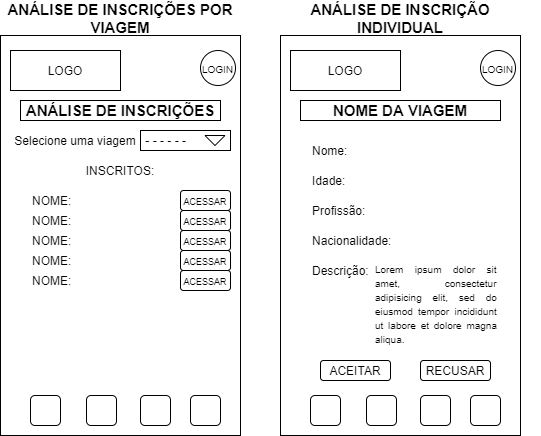
Earlier version of the draw.io export semana10/LabeX/analise-de-inscricoes.png (future4code/Carolina-Muniz). Source tidied: cells renumbered, new cells last; positions are measured from the earlier drawing's top-left corner, leaving out a move shared by most shapes. Source of this version:
```xml
<mxGraphModel>
  <root>
    <mxCell id="0" />
    <mxCell id="1" parent="0" />
    <mxCell id="2" style="rounded=0;whiteSpace=wrap;html=1;align=left;" parent="1" vertex="1">
      <mxGeometry y="27" width="240" height="400" as="geometry" />
    </mxCell>
    <mxCell id="3" value="LOGO" style="rounded=0;whiteSpace=wrap;html=1;align=center;" parent="1" vertex="1">
      <mxGeometry x="10" y="42" width="110" height="40" as="geometry" />
    </mxCell>
    <mxCell id="4" value="&lt;font style=&quot;font-size: 10px&quot;&gt;LOGIN&lt;/font&gt;" style="ellipse;whiteSpace=wrap;html=1;align=center;" parent="1" vertex="1">
      <mxGeometry x="200" y="42" width="35" height="35" as="geometry" />
    </mxCell>
    <mxCell id="5" style="rounded=1;whiteSpace=wrap;html=1;align=left;" parent="1" vertex="1">
      <mxGeometry x="30" y="387" width="30" height="30" as="geometry" />
    </mxCell>
    <mxCell id="6" style="rounded=1;whiteSpace=wrap;html=1;align=left;" parent="1" vertex="1">
      <mxGeometry x="86" y="387" width="30" height="30" as="geometry" />
    </mxCell>
    <mxCell id="7" style="rounded=1;whiteSpace=wrap;html=1;align=left;" parent="1" vertex="1">
      <mxGeometry x="140" y="387" width="30" height="30" as="geometry" />
    </mxCell>
    <mxCell id="8" style="rounded=1;whiteSpace=wrap;html=1;align=left;" parent="1" vertex="1">
      <mxGeometry x="190" y="387" width="30" height="30" as="geometry" />
    </mxCell>
    <mxCell id="9" value="&lt;b style=&quot;font-size: 15px&quot;&gt;ANÁLISE DE INSCRIÇÕES&lt;/b&gt;" style="rounded=0;whiteSpace=wrap;html=1;" parent="1" vertex="1">
      <mxGeometry x="20" y="92" width="200" height="20" as="geometry" />
    </mxCell>
    <mxCell id="10" value="&lt;span style=&quot;font-size: 15px&quot;&gt;&lt;b&gt;ANÁLISE DE INSCRIÇÕES POR VIAGEM&lt;/b&gt;&lt;/span&gt;" style="text;html=1;strokeColor=none;fillColor=none;align=center;verticalAlign=middle;whiteSpace=wrap;rounded=0;" parent="1" vertex="1">
      <mxGeometry width="240" height="20" as="geometry" />
    </mxCell>
    <mxCell id="11" value="Selecione uma viagem" style="text;html=1;strokeColor=none;fillColor=none;align=center;verticalAlign=middle;whiteSpace=wrap;rounded=0;" parent="1" vertex="1">
      <mxGeometry x="10" y="122" width="130" height="20" as="geometry" />
    </mxCell>
    <mxCell id="12" value="&amp;nbsp;- - - - - -&amp;nbsp;" style="rounded=0;whiteSpace=wrap;html=1;align=left;" parent="1" vertex="1">
      <mxGeometry x="140" y="122" width="90" height="20" as="geometry" />
    </mxCell>
    <mxCell id="13" value="INSCRITOS:" style="text;html=1;strokeColor=none;fillColor=none;align=center;verticalAlign=middle;whiteSpace=wrap;rounded=0;" parent="1" vertex="1">
      <mxGeometry x="10" y="152" width="220" height="20" as="geometry" />
    </mxCell>
    <mxCell id="14" value="NOME:&amp;nbsp;" style="text;html=1;strokeColor=none;fillColor=none;align=left;verticalAlign=middle;whiteSpace=wrap;rounded=0;" parent="1" vertex="1">
      <mxGeometry x="30" y="182" width="150" height="20" as="geometry" />
    </mxCell>
    <mxCell id="15" value="NOME:&amp;nbsp;" style="text;html=1;strokeColor=none;fillColor=none;align=left;verticalAlign=middle;whiteSpace=wrap;rounded=0;" parent="1" vertex="1">
      <mxGeometry x="30" y="202" width="150" height="20" as="geometry" />
    </mxCell>
    <mxCell id="16" value="NOME:&amp;nbsp;" style="text;html=1;strokeColor=none;fillColor=none;align=left;verticalAlign=middle;whiteSpace=wrap;rounded=0;" parent="1" vertex="1">
      <mxGeometry x="30" y="222" width="150" height="20" as="geometry" />
    </mxCell>
    <mxCell id="17" value="NOME:&amp;nbsp;" style="text;html=1;strokeColor=none;fillColor=none;align=left;verticalAlign=middle;whiteSpace=wrap;rounded=0;" parent="1" vertex="1">
      <mxGeometry x="30" y="242" width="150" height="20" as="geometry" />
    </mxCell>
    <mxCell id="18" value="NOME:&amp;nbsp;" style="text;html=1;strokeColor=none;fillColor=none;align=left;verticalAlign=middle;whiteSpace=wrap;rounded=0;" parent="1" vertex="1">
      <mxGeometry x="30" y="262" width="150" height="20" as="geometry" />
    </mxCell>
    <mxCell id="19" value="&lt;font style=&quot;font-size: 9px&quot;&gt;ACESSAR&lt;/font&gt;" style="rounded=1;whiteSpace=wrap;html=1;" parent="1" vertex="1">
      <mxGeometry x="180" y="182" width="50" height="20" as="geometry" />
    </mxCell>
    <mxCell id="20" value="&lt;font style=&quot;font-size: 9px&quot;&gt;ACESSAR&lt;/font&gt;" style="rounded=1;whiteSpace=wrap;html=1;" parent="1" vertex="1">
      <mxGeometry x="180" y="202" width="50" height="20" as="geometry" />
    </mxCell>
    <mxCell id="21" value="&lt;font style=&quot;font-size: 9px&quot;&gt;ACESSAR&lt;/font&gt;" style="rounded=1;whiteSpace=wrap;html=1;" parent="1" vertex="1">
      <mxGeometry x="180" y="222" width="50" height="20" as="geometry" />
    </mxCell>
    <mxCell id="22" value="&lt;font style=&quot;font-size: 9px&quot;&gt;ACESSAR&lt;/font&gt;" style="rounded=1;whiteSpace=wrap;html=1;" parent="1" vertex="1">
      <mxGeometry x="180" y="242" width="50" height="20" as="geometry" />
    </mxCell>
    <mxCell id="23" value="&lt;font style=&quot;font-size: 9px&quot;&gt;ACESSAR&lt;/font&gt;" style="rounded=1;whiteSpace=wrap;html=1;" parent="1" vertex="1">
      <mxGeometry x="180" y="262" width="50" height="20" as="geometry" />
    </mxCell>
    <mxCell id="24" style="triangle;whiteSpace=wrap;html=1;rotation=90;" parent="1" vertex="1">
      <mxGeometry x="209.5" y="122" width="10" height="20" as="geometry" />
    </mxCell>
    <mxCell id="25" style="rounded=0;whiteSpace=wrap;html=1;align=left;" parent="1" vertex="1">
      <mxGeometry x="280" y="27" width="240" height="400" as="geometry" />
    </mxCell>
    <mxCell id="26" value="LOGO" style="rounded=0;whiteSpace=wrap;html=1;align=center;" parent="1" vertex="1">
      <mxGeometry x="290" y="42" width="110" height="40" as="geometry" />
    </mxCell>
    <mxCell id="27" value="&lt;font style=&quot;font-size: 10px&quot;&gt;LOGIN&lt;/font&gt;" style="ellipse;whiteSpace=wrap;html=1;align=center;" parent="1" vertex="1">
      <mxGeometry x="480" y="42" width="35" height="35" as="geometry" />
    </mxCell>
    <mxCell id="28" style="rounded=1;whiteSpace=wrap;html=1;align=left;" parent="1" vertex="1">
      <mxGeometry x="310" y="387" width="30" height="30" as="geometry" />
    </mxCell>
    <mxCell id="29" style="rounded=1;whiteSpace=wrap;html=1;align=left;" parent="1" vertex="1">
      <mxGeometry x="366" y="387" width="30" height="30" as="geometry" />
    </mxCell>
    <mxCell id="30" style="rounded=1;whiteSpace=wrap;html=1;align=left;" parent="1" vertex="1">
      <mxGeometry x="420" y="387" width="30" height="30" as="geometry" />
    </mxCell>
    <mxCell id="31" style="rounded=1;whiteSpace=wrap;html=1;align=left;" parent="1" vertex="1">
      <mxGeometry x="470" y="387" width="30" height="30" as="geometry" />
    </mxCell>
    <mxCell id="32" value="&lt;b style=&quot;font-size: 15px&quot;&gt;NOME DA VIAGEM&lt;/b&gt;" style="rounded=0;whiteSpace=wrap;html=1;" parent="1" vertex="1">
      <mxGeometry x="300" y="92" width="200" height="20" as="geometry" />
    </mxCell>
    <mxCell id="33" value="Nome:" style="text;html=1;strokeColor=none;fillColor=none;align=left;verticalAlign=middle;whiteSpace=wrap;rounded=0;" parent="1" vertex="1">
      <mxGeometry x="310" y="132" width="40" height="20" as="geometry" />
    </mxCell>
    <mxCell id="34" value="Idade:" style="text;html=1;strokeColor=none;fillColor=none;align=left;verticalAlign=middle;whiteSpace=wrap;rounded=0;" parent="1" vertex="1">
      <mxGeometry x="310" y="162" width="40" height="20" as="geometry" />
    </mxCell>
    <mxCell id="35" value="Profissão:" style="text;html=1;strokeColor=none;fillColor=none;align=left;verticalAlign=middle;whiteSpace=wrap;rounded=0;" parent="1" vertex="1">
      <mxGeometry x="310" y="192" width="40" height="20" as="geometry" />
    </mxCell>
    <mxCell id="36" value="Nacionalidade:&amp;nbsp;" style="text;html=1;strokeColor=none;fillColor=none;align=left;verticalAlign=middle;whiteSpace=wrap;rounded=0;" parent="1" vertex="1">
      <mxGeometry x="310" y="222" width="40" height="20" as="geometry" />
    </mxCell>
    <mxCell id="37" value="Descrição:&amp;nbsp;" style="text;html=1;strokeColor=none;fillColor=none;align=left;verticalAlign=middle;whiteSpace=wrap;rounded=0;" parent="1" vertex="1">
      <mxGeometry x="310" y="252" width="40" height="20" as="geometry" />
    </mxCell>
    <mxCell id="38" value="&lt;blockquote style=&quot;text-align: justify&quot;&gt;&lt;font style=&quot;font-size: 10px&quot;&gt;Lorem ipsum dolor sit amet, consectetur adipisicing elit, sed do eiusmod tempor incididunt ut labore et dolore magna aliqua.&lt;/font&gt;&lt;/blockquote&gt;" style="text;html=1;strokeColor=none;fillColor=none;spacing=5;spacingTop=-20;whiteSpace=wrap;overflow=hidden;rounded=0;align=left;" parent="1" vertex="1">
      <mxGeometry x="330" y="252" width="210" height="90" as="geometry" />
    </mxCell>
    <mxCell id="39" value="ACEITAR" style="rounded=1;whiteSpace=wrap;html=1;" parent="1" vertex="1">
      <mxGeometry x="320" y="352" width="70" height="20" as="geometry" />
    </mxCell>
    <mxCell id="40" value="RECUSAR" style="rounded=1;whiteSpace=wrap;html=1;" parent="1" vertex="1">
      <mxGeometry x="420" y="352" width="70" height="20" as="geometry" />
    </mxCell>
    <mxCell id="41" value="&lt;span style=&quot;font-size: 15px&quot;&gt;&lt;b&gt;ANÁLISE DE INSCRIÇÃO INDIVIDUAL&lt;/b&gt;&lt;/span&gt;" style="text;html=1;strokeColor=none;fillColor=none;align=center;verticalAlign=middle;whiteSpace=wrap;rounded=0;" parent="1" vertex="1">
      <mxGeometry x="280" width="240" height="20" as="geometry" />
    </mxCell>
  </root>
</mxGraphModel>
```
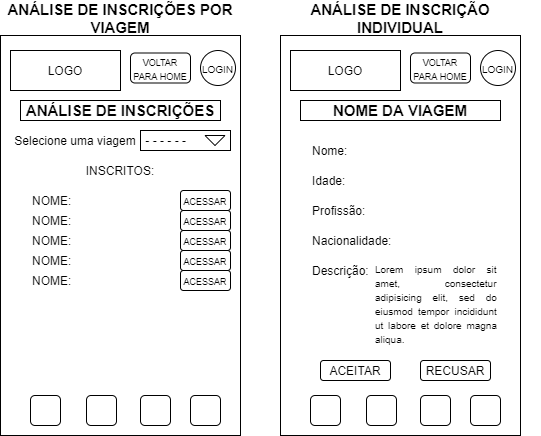
The same diagram one commit later.

What changed in the source:
```diff
@@ -122,5 +122,11 @@
     <mxCell id="41" value="&lt;span style=&quot;font-size: 15px&quot;&gt;&lt;b&gt;ANÁLISE DE INSCRIÇÃO INDIVIDUAL&lt;/b&gt;&lt;/span&gt;" style="text;html=1;strokeColor=none;fillColor=none;align=center;verticalAlign=middle;whiteSpace=wrap;rounded=0;" parent="1" vertex="1">
       <mxGeometry x="280" width="240" height="20" as="geometry" />
     </mxCell>
+    <mxCell id="42" value="&lt;font style=&quot;font-size: 9px&quot;&gt;VOLTAR PARA HOME&lt;/font&gt;" style="rounded=1;whiteSpace=wrap;html=1;" parent="1" vertex="1">
+      <mxGeometry x="130" y="44.5" width="60" height="30" as="geometry" />
+    </mxCell>
+    <mxCell id="43" value="&lt;font style=&quot;font-size: 9px&quot;&gt;VOLTAR PARA HOME&lt;/font&gt;" style="rounded=1;whiteSpace=wrap;html=1;" parent="1" vertex="1">
+      <mxGeometry x="410" y="44.5" width="60" height="30" as="geometry" />
+    </mxCell>
   </root>
 </mxGraphModel>
```
